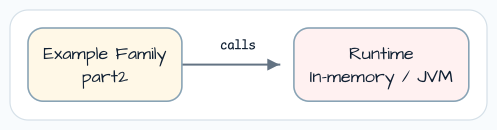
This is docs/images/readme-diagrams/virtualthreads-rules-src-test-kotlin-io-bluetape4k-workshop-virtualthread-part2-readme-architecture-01.png from bluetape4k/bluetape4k-workshop, a Graphviz export, as it was before one commit. Its source is kept beside it as docs/images/readme-diagrams/virtualthreads-rules-src-test-kotlin-io-bluetape4k-workshop-virtualthread-part2-readme-architecture-01.dot. The source it was exported from:
```dot
digraph G {
  graph [
    rankdir=LR,
    bgcolor="white",
    pad="0.35",
    nodesep="0.55",
    ranksep="0.75",
    splines=ortho,
    outputorder=edgesfirst
  ];
  node [
    shape=box,
    style="rounded,filled",
    penwidth=1.4,
    color="#88A3B5",
    fillcolor="#F6FAFF",
    fontname="Architects Daughter",
    fontsize=14,
    margin="0.14,0.10"
  ];
  edge [
    color="#637383",
    arrowsize=0.8,
    penwidth=1.5,
    fontname="Comic Mono",
    fontsize=11
  ];

  entry [label="Example Family\npart2", fillcolor="#FFF8E7"];
  runtime [label="Runtime\nIn-memory / JVM", fillcolor="#FFF1F1"];

  entry -> runtime [label="calls"];
}
```
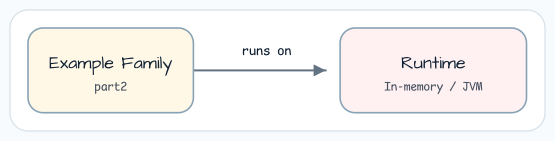
After the change.

The edit, as a diff of the source:
```diff
@@ -3,8 +3,8 @@
     rankdir=LR,
     bgcolor="white",
     pad="0.35",
-    nodesep="0.55",
-    ranksep="0.75",
+    nodesep="0.70",
+    ranksep="0.95",
     splines=ortho,
     outputorder=edgesfirst
   ];
@@ -16,7 +16,7 @@
     fillcolor="#F6FAFF",
     fontname="Architects Daughter",
     fontsize=14,
-    margin="0.14,0.10"
+    margin="0.20,0.16"
   ];
   edge [
     color="#637383",
@@ -29,5 +29,5 @@
   entry [label="Example Family\npart2", fillcolor="#FFF8E7"];
   runtime [label="Runtime\nIn-memory / JVM", fillcolor="#FFF1F1"];
 
-  entry -> runtime [label="calls"];
+  entry -> runtime [label="runs on"];
 }
```
